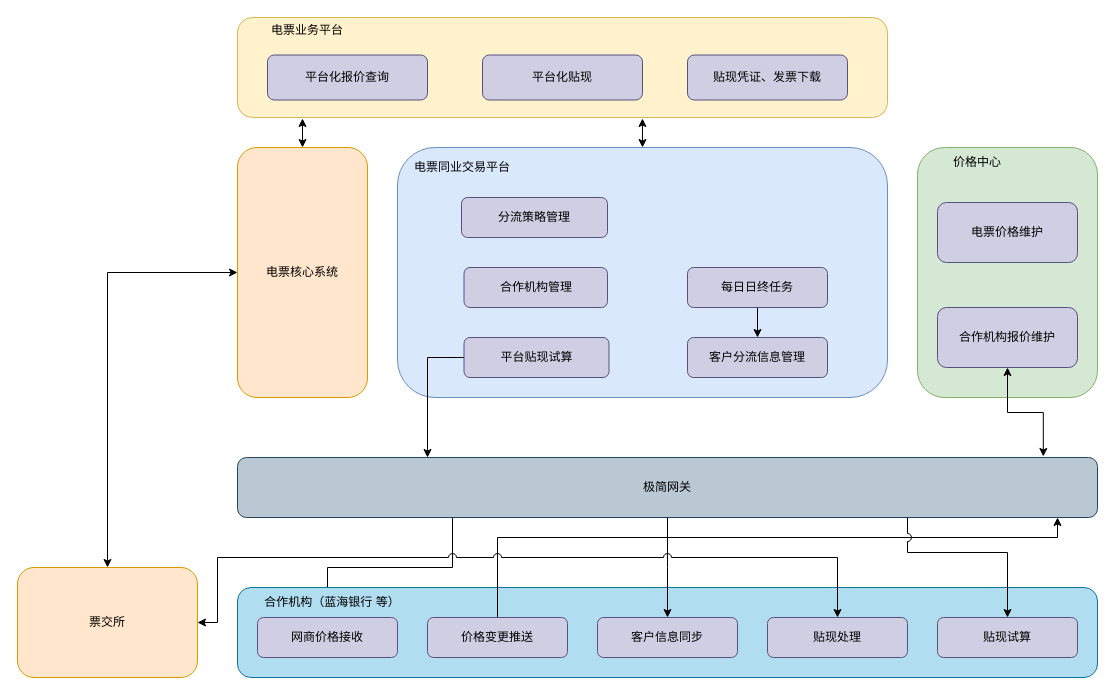
The draw.io diagram 电票平台化.drawio in windlively/draw.io, before the edit. Source tidied: cells renumbered, new cells numbered last; positions are measured from the earlier drawing's top-left corner, leaving out a move shared by most shapes. Both pictures are drawn from the tidied source at 100%, with x=0, y=0 at pixel (17, 17).
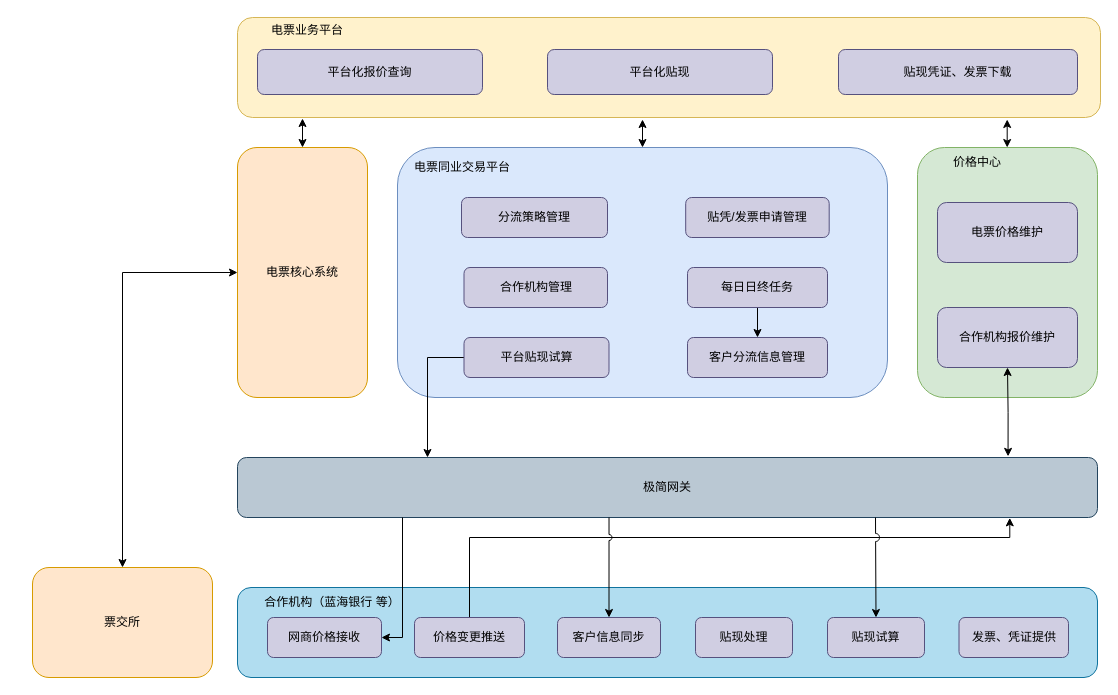
The same diagram, later.

Commit message:
更新电票平台化.drawio

Unchanged cells that the change refers to:
```xml
<mxCell id="7" style="rounded=1;whiteSpace=wrap;html=1;fillColor=#dae8fc;strokeColor=#6c8ebf;" parent="1" vertex="1">
  <mxGeometry x="380" y="130" width="490" height="250" as="geometry" />
</mxCell>
<mxCell id="16" value="极简网关" style="rounded=1;whiteSpace=wrap;html=1;fillColor=#bac8d3;strokeColor=#23445d;" parent="1" vertex="1">
  <mxGeometry x="220" y="440" width="860" height="60" as="geometry" />
</mxCell>
<mxCell id="22" value="合作机构报价维护" style="rounded=1;whiteSpace=wrap;html=1;fillColor=#d0cee2;strokeColor=#56517e;" parent="1" vertex="1">
  <mxGeometry x="920" y="290" width="140" height="60" as="geometry" />
</mxCell>
```

Diff of the diagram source:
```diff
@@
-    <mxCell id="2" style="edgeStyle=orthogonalEdgeStyle;rounded=0;jumpStyle=arc;jumpSize=8;jettySize=auto;html=1;startArrow=classic;startFill=1;endArrow=classic;endFill=1;strokeColor=#000000;entryX=0.5;entryY=0;entryDx=0;entryDy=0;exitX=0.623;exitY=1.01;exitDx=0;exitDy=0;exitPerimeter=0;" parent="1" edge="1" source="3" target="7">
-      <mxGeometry relative="1" as="geometry" />
-    </mxCell>
+    <mxCell id="39" style="edgeStyle=orthogonalEdgeStyle;rounded=0;jumpStyle=arc;jettySize=auto;html=1;startArrow=classic;startFill=1;" parent="1" edge="1" target="7">
+      <mxGeometry relative="1" as="geometry">
+        <mxPoint x="625" y="102" as="sourcePoint" />
+        <Array as="points">
+          <mxPoint x="625" y="102" />
+        </Array>
+      </mxGeometry>
+    </mxCell>
     <mxCell id="3" style="rounded=1;whiteSpace=wrap;html=1;fillColor=#fff2cc;strokeColor=#d6b656;" parent="1" vertex="1">
-      <mxGeometry x="220" width="650" height="100" as="geometry" />
+      <mxGeometry x="220" width="863" height="100" as="geometry" />
     </mxCell>
@@
     <mxCell id="5" value="平台化报价查询" style="rounded=1;whiteSpace=wrap;html=1;fillColor=#d0cee2;strokeColor=#56517e;" parent="1" vertex="1">
-      <mxGeometry x="250" y="37.5" width="160" height="45" as="geometry" />
+      <mxGeometry x="240" y="32" width="225" height="45" as="geometry" />
     </mxCell>
     <mxCell id="6" value="平台化贴现" style="rounded=1;whiteSpace=wrap;html=1;fillColor=#d0cee2;strokeColor=#56517e;" parent="1" vertex="1">
-      <mxGeometry x="465" y="37.5" width="160" height="45" as="geometry" />
+      <mxGeometry x="530" y="32" width="225" height="45" as="geometry" />
     </mxCell>
@@
     <mxCell id="11" value="贴现凭证、发票下载" style="rounded=1;whiteSpace=wrap;html=1;fillColor=#d0cee2;strokeColor=#56517e;" parent="1" vertex="1">
-      <mxGeometry x="670" y="37.5" width="160" height="45" as="geometry" />
+      <mxGeometry x="821" y="32" width="239" height="45" as="geometry" />
     </mxCell>
@@
-    <mxCell id="14" style="edgeStyle=orthogonalEdgeStyle;rounded=0;jettySize=auto;html=1;exitX=0.937;exitY=-0.017;exitDx=0;exitDy=0;entryX=0.5;entryY=1;entryDx=0;entryDy=0;exitPerimeter=0;startArrow=classic;startFill=1;" parent="1" edge="1" source="16" target="22">
+    <mxCell id="14" style="edgeStyle=orthogonalEdgeStyle;rounded=0;jettySize=auto;html=1;exitX=0.896;exitY=-0.019;exitDx=0;exitDy=0;entryX=0.5;entryY=1;entryDx=0;entryDy=0;exitPerimeter=0;startArrow=classic;startFill=1;" parent="1" edge="1" source="16" target="22">
       <mxGeometry relative="1" as="geometry" />
     </mxCell>
-    <mxCell id="15" style="edgeStyle=orthogonalEdgeStyle;rounded=0;jumpStyle=arc;jumpSize=8;jettySize=auto;html=1;startArrow=none;startFill=0;endArrow=classic;endFill=1;strokeColor=#000000;exitX=0.25;exitY=1;exitDx=0;exitDy=0;" parent="1" edge="1" source="16" target="24">
-      <mxGeometry relative="1" as="geometry" />
-    </mxCell>
@@
     <mxCell id="24" value="网商价格接收" style="rounded=1;whiteSpace=wrap;html=1;fillColor=#d0cee2;strokeColor=#56517e;" parent="1" vertex="1">
-      <mxGeometry x="240" y="600" width="140" height="40" as="geometry" />
+      <mxGeometry x="250" y="600" width="114" height="40" as="geometry" />
     </mxCell>
-    <mxCell id="25" style="edgeStyle=orthogonalEdgeStyle;rounded=0;jettySize=auto;html=1;" parent="1" edge="1" source="26" target="16">
+    <mxCell id="25" style="edgeStyle=orthogonalEdgeStyle;rounded=0;jettySize=auto;html=1;entryX=0.898;entryY=1.006;entryDx=0;entryDy=0;entryPerimeter=0;" parent="1" edge="1" source="26" target="16">
       <mxGeometry relative="1" as="geometry">
         <Array as="points">
-          <mxPoint x="480" y="520" />
-          <mxPoint x="1040" y="520" />
+          <mxPoint x="452" y="520" />
+          <mxPoint x="992" y="520" />
         </Array>
       </mxGeometry>
     </mxCell>
     <mxCell id="26" value="价格变更推送" style="rounded=1;whiteSpace=wrap;html=1;fillColor=#d0cee2;strokeColor=#56517e;" parent="1" vertex="1">
-      <mxGeometry x="410" y="600" width="140" height="40" as="geometry" />
+      <mxGeometry x="397" y="600" width="110" height="40" as="geometry" />
     </mxCell>
     <mxCell id="27" value="客户信息同步" style="rounded=1;whiteSpace=wrap;html=1;fillColor=#d0cee2;strokeColor=#56517e;" parent="1" vertex="1">
-      <mxGeometry x="580" y="600" width="140" height="40" as="geometry" />
+      <mxGeometry x="540" y="600" width="103" height="40" as="geometry" />
     </mxCell>
     <mxCell id="28" value="贴现处理" style="rounded=1;whiteSpace=wrap;html=1;fillColor=#d0cee2;strokeColor=#56517e;" parent="1" vertex="1">
-      <mxGeometry x="750" y="600" width="140" height="40" as="geometry" />
+      <mxGeometry x="678" y="600" width="97" height="40" as="geometry" />
     </mxCell>
     <mxCell id="29" value="贴现试算" style="rounded=1;whiteSpace=wrap;html=1;fillColor=#d0cee2;strokeColor=#56517e;" parent="1" vertex="1">
-      <mxGeometry x="920" y="600" width="140" height="40" as="geometry" />
+      <mxGeometry x="810" y="600" width="97" height="40" as="geometry" />
     </mxCell>
-    <mxCell id="30" style="edgeStyle=orthogonalEdgeStyle;rounded=0;jettySize=auto;html=1;entryX=0.5;entryY=0;entryDx=0;entryDy=0;exitX=0.5;exitY=1;exitDx=0;exitDy=0;" parent="1" edge="1" source="16" target="27">
-      <mxGeometry relative="1" as="geometry">
-        <Array as="points">
-          <mxPoint x="650" y="550" />
-          <mxPoint x="650" y="550" />
-        </Array>
-      </mxGeometry>
+    <mxCell id="30" style="edgeStyle=orthogonalEdgeStyle;rounded=0;jettySize=auto;html=1;entryX=0.5;entryY=0;entryDx=0;entryDy=0;jumpStyle=arc;exitX=0.432;exitY=1;exitDx=0;exitDy=0;exitPerimeter=0;" parent="1" edge="1" source="16" target="27">
+      <mxGeometry relative="1" as="geometry" />
     </mxCell>
-    <mxCell id="31" style="edgeStyle=orthogonalEdgeStyle;rounded=0;jettySize=auto;html=1;entryX=0.5;entryY=0;entryDx=0;entryDy=0;jumpStyle=arc;jumpSize=8;endArrow=classic;endFill=1;startArrow=classic;startFill=1;" parent="1" edge="1" source="32" target="28">
-      <mxGeometry relative="1" as="geometry">
-        <Array as="points">
-          <mxPoint x="200" y="605" />
-          <mxPoint x="200" y="540" />
-          <mxPoint x="820" y="540" />
-        </Array>
-      </mxGeometry>
-    </mxCell>
     <mxCell id="32" value="票交所" style="rounded=1;whiteSpace=wrap;html=1;fillColor=#ffe6cc;strokeColor=#d79b00;" parent="1" vertex="1">
-      <mxGeometry y="550" width="180" height="110" as="geometry" />
+      <mxGeometry x="15" y="550" width="180" height="110" as="geometry" />
     </mxCell>
@@
-    <mxCell id="38" style="edgeStyle=orthogonalEdgeStyle;rounded=0;jumpStyle=arc;jumpSize=8;jettySize=auto;html=1;entryX=0.5;entryY=0;entryDx=0;entryDy=0;startArrow=none;startFill=0;endArrow=classic;endFill=1;strokeColor=#000000;" parent="1" edge="1" source="16" target="29">
+    <mxCell id="38" style="edgeStyle=orthogonalEdgeStyle;rounded=0;jumpStyle=arc;jumpSize=8;jettySize=auto;html=1;entryX=0.5;entryY=0;entryDx=0;entryDy=0;startArrow=none;startFill=0;endArrow=classic;endFill=1;strokeColor=#000000;" parent="1" edge="1" target="29">
       <mxGeometry relative="1" as="geometry">
+        <mxPoint x="858" y="500" as="sourcePoint" />
         <Array as="points">
-          <mxPoint x="890" y="535" />
-          <mxPoint x="990" y="535" />
+          <mxPoint x="858" y="500" />
+          <mxPoint x="858" y="549" />
         </Array>
       </mxGeometry>
     </mxCell>
+    <mxCell id="15" style="edgeStyle=orthogonalEdgeStyle;rounded=0;jumpStyle=arc;jumpSize=8;jettySize=auto;html=1;startArrow=none;startFill=0;endArrow=classic;endFill=1;strokeColor=#000000;entryX=1;entryY=0.5;entryDx=0;entryDy=0;" parent="1" edge="1" target="24">
+      <mxGeometry relative="1" as="geometry">
+        <mxPoint x="385" y="500" as="sourcePoint" />
+        <Array as="points">
+          <mxPoint x="385" y="500" />
+          <mxPoint x="385" y="620" />
+        </Array>
+      </mxGeometry>
+    </mxCell>
+    <mxCell id="40" style="edgeStyle=orthogonalEdgeStyle;rounded=0;jumpStyle=arc;orthogonalLoop=1;jettySize=auto;html=1;startArrow=classic;startFill=1;" parent="1" edge="1">
+      <mxGeometry relative="1" as="geometry">
+        <mxPoint x="989.7" y="102" as="sourcePoint" />
+        <mxPoint x="989.7" y="130" as="targetPoint" />
+        <Array as="points">
+          <mxPoint x="989.7" y="102" />
+        </Array>
+      </mxGeometry>
+    </mxCell>
+    <mxCell id="41" value="发票、凭证提供" style="rounded=1;whiteSpace=wrap;html=1;fillColor=#d0cee2;strokeColor=#56517e;" parent="1" vertex="1">
+      <mxGeometry x="941.5" y="600" width="109.5" height="40" as="geometry" />
+    </mxCell>
+    <mxCell id="42" value="贴凭/发票申请管理" style="rounded=1;whiteSpace=wrap;html=1;fillColor=#d0cee2;strokeColor=#56517e;" parent="1" vertex="1">
+      <mxGeometry x="668.2" y="180" width="143.5" height="40" as="geometry" />
+    </mxCell>
```
